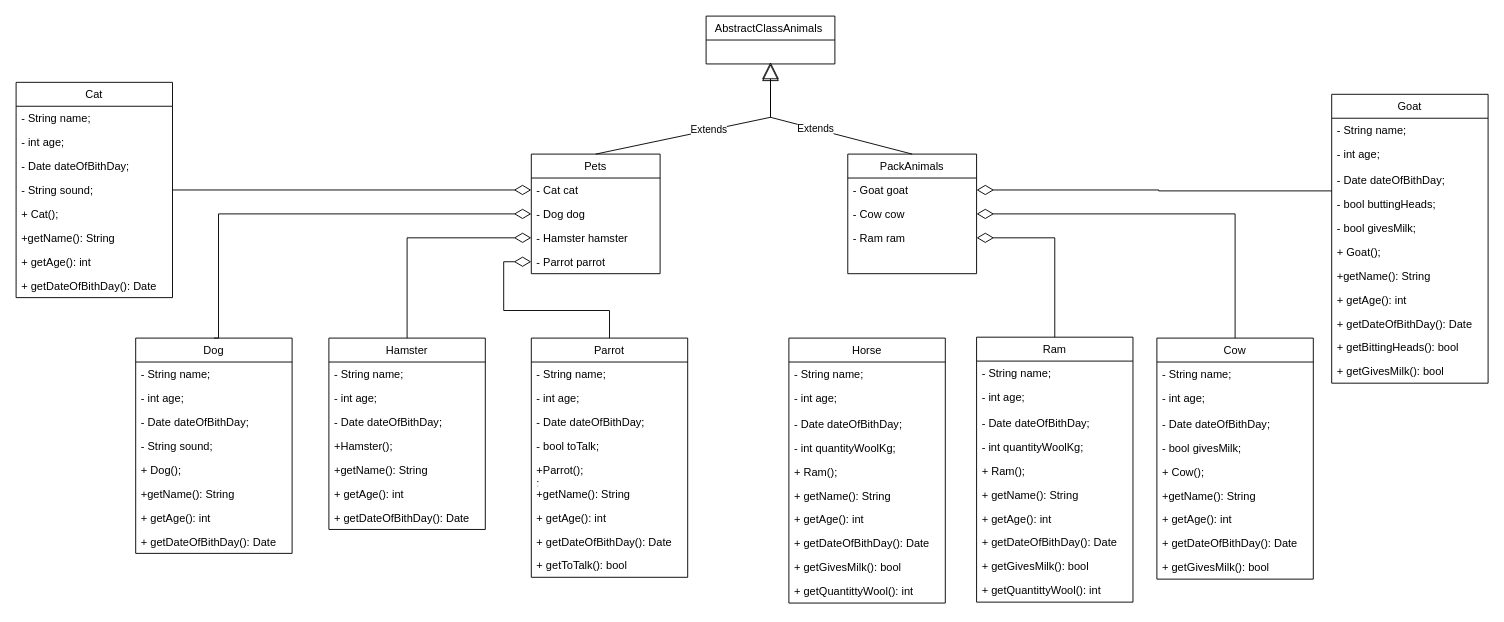
Earlier version of the draw.io diagram diagram/HumanFriends.drawio (KuroTamashiAF/FinalCertification1Year). Source tidied: cells renumbered, new cells numbered last; positions are measured from the earlier drawing's top-left corner, leaving out a move shared by most shapes. Both pictures are drawn from the tidied source at 92%, with x=0, y=0 at pixel (16, 16).
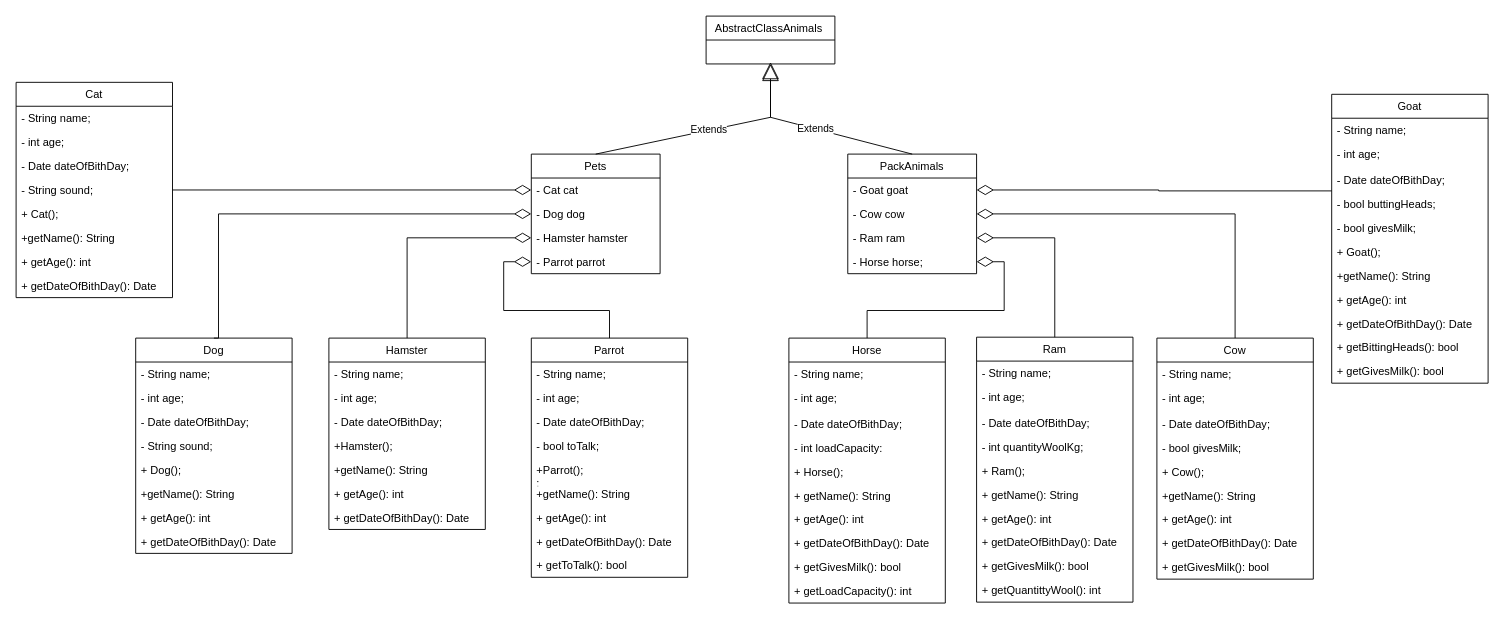
Above is the later version.

Unchanged cells that the change refers to:
```xml
<mxCell id="8" value="PackAnimals" style="swimlane;fontStyle=0;horizontal=1;startSize=26;fillColor=none;" parent="1" vertex="1">
  <mxGeometry x="904" y="150" width="140" height="130" as="geometry" />
</mxCell>
<mxCell id="91" value="Horse" style="swimlane;fontStyle=0;horizontal=1;startSize=26;fillColor=none;" parent="1" vertex="1">
  <mxGeometry x="840" y="350" width="170" height="288" as="geometry" />
</mxCell>
```

What changed in the source:
```diff
@@
-    <mxCell id="12" style="text;strokeColor=none;fillColor=none;align=left;verticalAlign=top;spacingLeft=4;spacingRight=4;overflow=hidden;points=[[0,0.5],[1,0.5]];portConstraint=eastwest;" parent="8" vertex="1">
+    <mxCell id="12" value="- Horse horse;" style="text;strokeColor=none;fillColor=none;align=left;verticalAlign=top;spacingLeft=4;spacingRight=4;overflow=hidden;points=[[0,0.5],[1,0.5]];portConstraint=eastwest;" parent="8" vertex="1">
       <mxGeometry y="104" width="140" height="26" as="geometry" />
     </mxCell>
@@
+    <mxCell id="102" style="edgeStyle=orthogonalEdgeStyle;rounded=0;jettySize=auto;html=1;entryX=1;entryY=0.5;entryDx=0;entryDy=0;endArrow=diamondThin;endFill=0;endSize=16;" parent="1" edge="1" source="91" target="12">
+      <mxGeometry relative="1" as="geometry" />
+    </mxCell>
@@
-    <mxCell id="95" value="- int quantityWoolKg;" style="text;strokeColor=none;fillColor=none;align=left;verticalAlign=top;spacingLeft=4;spacingRight=4;overflow=hidden;" parent="91" vertex="1">
+    <mxCell id="95" value="- int loadCapacity:" style="text;strokeColor=none;fillColor=none;align=left;verticalAlign=top;spacingLeft=4;spacingRight=4;overflow=hidden;" parent="91" vertex="1">
       <mxGeometry y="106" width="170" height="26" as="geometry" />
     </mxCell>
-    <mxCell id="96" value="+ Ram();" style="text;strokeColor=none;fillColor=none;align=left;verticalAlign=top;spacingLeft=4;spacingRight=4;overflow=hidden;" parent="91" vertex="1">
+    <mxCell id="96" value="+ Horse();" style="text;strokeColor=none;fillColor=none;align=left;verticalAlign=top;spacingLeft=4;spacingRight=4;overflow=hidden;" parent="91" vertex="1">
       <mxGeometry y="132" width="170" height="26" as="geometry" />
     </mxCell>
@@
-    <mxCell id="101" value="+ getQuantittyWool(): int " style="text;strokeColor=none;fillColor=none;align=left;verticalAlign=top;spacingLeft=4;spacingRight=4;overflow=hidden;" parent="91" vertex="1">
+    <mxCell id="101" value="+ getLoadCapacity(): int " style="text;strokeColor=none;fillColor=none;align=left;verticalAlign=top;spacingLeft=4;spacingRight=4;overflow=hidden;" parent="91" vertex="1">
       <mxGeometry y="262" width="170" height="26" as="geometry" />
     </mxCell>
```
